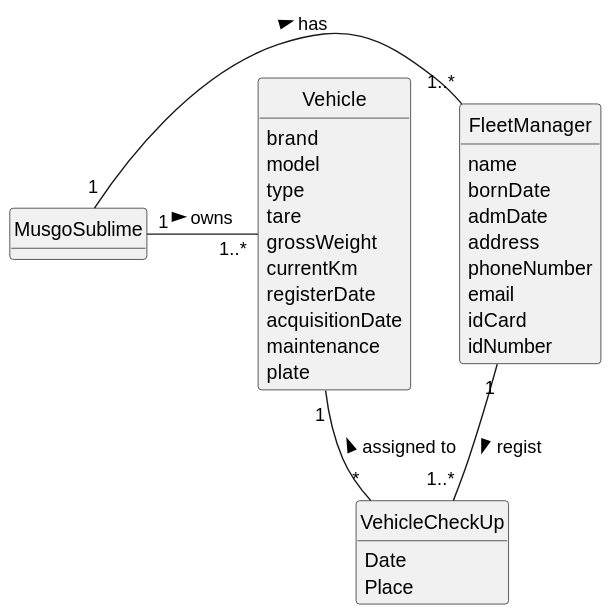
The PlantUML diagram docs/sprintA/us007/02.analysis/svg/us007-domain-model.svg in 1231360-ISEP/lei-24-s2-1db-g021, before a commit. Its diagram source:
```plantuml
@startuml
skinparam monochrome true
skinparam packageStyle rectangle
skinparam shadowing false

skinparam classAttributeIconSize 0

hide circle
hide methods

class MusgoSublime {
}

class FleetManager {
    name
    bornDate
    admDate
    address
    phoneNumber
    email
    idCard
    idNumber
}

class Vehicle {
    brand
    model
    type
    tare
    grossWeight
    currentKm
    registerDate
    acquisitionDate
    maintenance
    plate
}

class VehicleCheckUp {
    Date
    Place
}

MusgoSublime "1" - "1..*" FleetManager: has >
MusgoSublime "1" - "1..*" Vehicle: owns >
FleetManager "1" -- "1..*" VehicleCheckUp : regist >
Vehicle "1" -- "*" VehicleCheckUp : assigned to <
@enduml
```
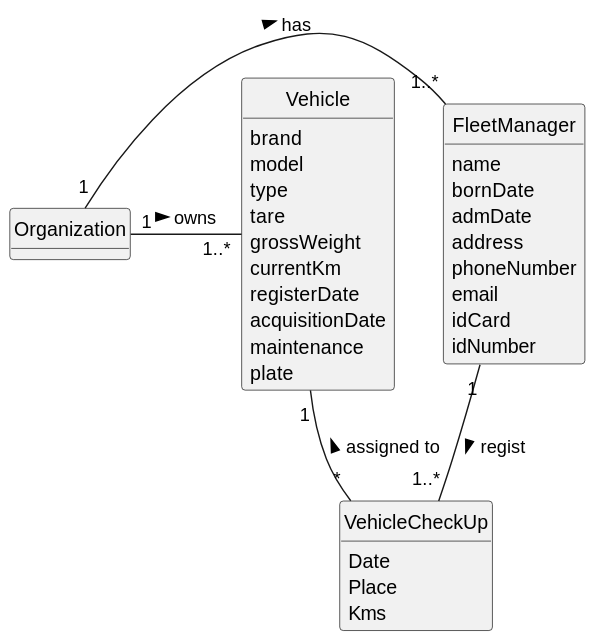
After the change.

Commit message:
Update US domain model and SVG

Diff of the diagram source:
```diff
@@ -8,7 +8,7 @@
 hide circle
 hide methods
 
-class MusgoSublime {
+class Organization {
 }
 
 class FleetManager {
@@ -38,10 +38,11 @@
 class VehicleCheckUp {
     Date
     Place
+    Kms
 }
 
-MusgoSublime "1" - "1..*" FleetManager: has >
-MusgoSublime "1" - "1..*" Vehicle: owns >
+Organization "1" - "1..*" FleetManager: has >
+Organization "1" - "1..*" Vehicle: owns >
 FleetManager "1" -- "1..*" VehicleCheckUp : regist >
 Vehicle "1" -- "*" VehicleCheckUp : assigned to <
 @enduml
```
